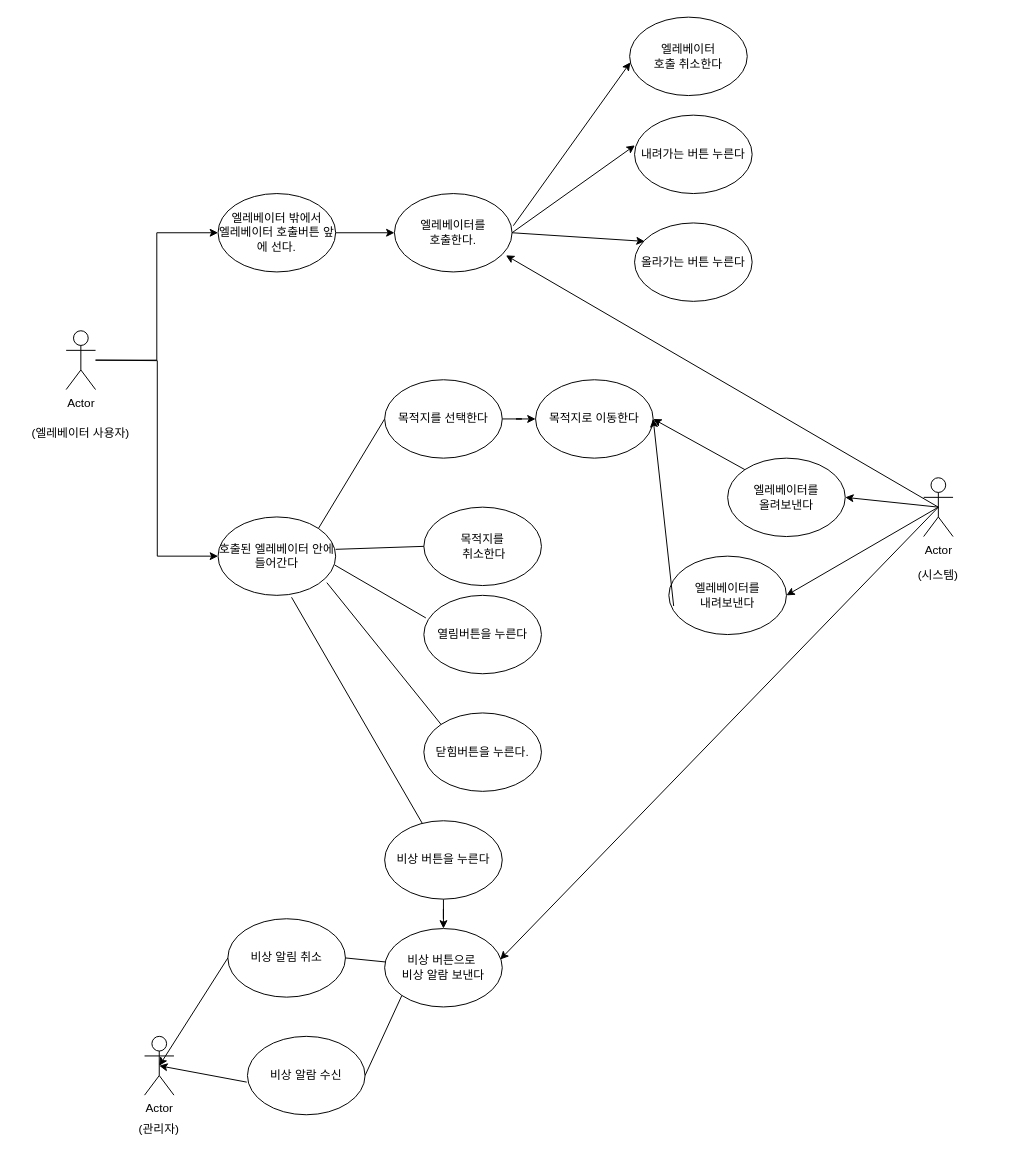
This is 엘레베이터 요구사항(수정).drawio from doit0/usecase-diagram, a draw.io file, before an edit. Source tidied: cells renumbered, new cells numbered last; positions are measured from the earlier drawing's top-left corner, leaving out a move shared by most shapes. Both pictures are drawn from the tidied source at 98%, with x=0, y=0 at pixel (17, 17).
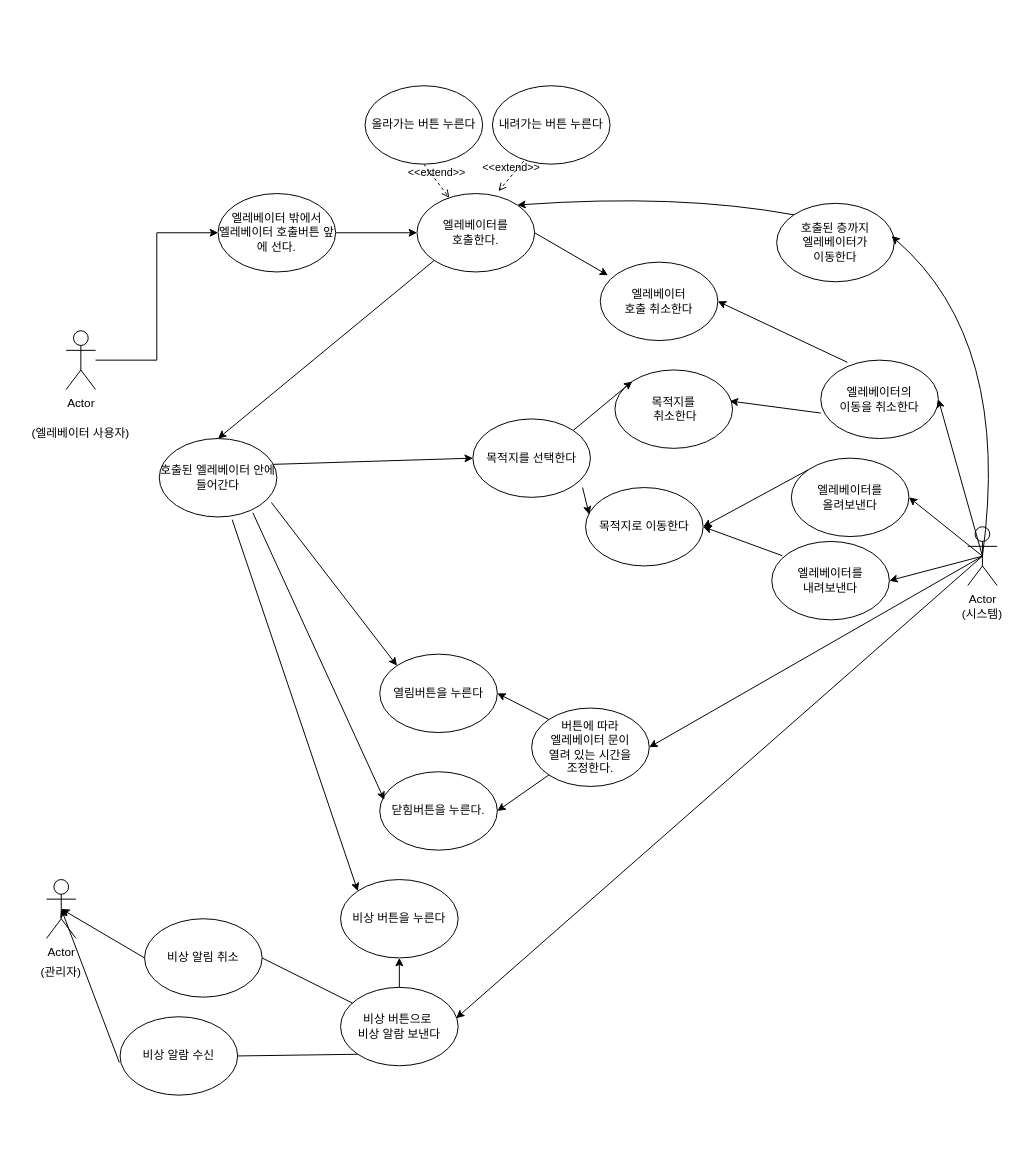
The same diagram, later.

Commit message:
엘레베이터 요구사항(수정).drawio 업데이트

Change to the diagram source:
```diff
@@
     <mxCell id="4" value="Actor" style="shape=umlActor;verticalLabelPosition=bottom;verticalAlign=top;html=1;outlineConnect=0;" parent="1" vertex="1">
-      <mxGeometry x="130" y="1040" width="30" height="60" as="geometry" />
+      <mxGeometry x="30" y="880" width="30" height="60" as="geometry" />
     </mxCell>
@@
-    <mxCell id="7" style="edgeStyle=orthogonalEdgeStyle;rounded=0;jettySize=auto;html=1;entryX=0;entryY=0.5;entryDx=0;entryDy=0;" parent="1" edge="1" target="8">
-      <mxGeometry relative="1" as="geometry">
-        <mxPoint x="80" y="350" as="sourcePoint" />
-      </mxGeometry>
-    </mxCell>
     <mxCell id="8" value="호출된 엘레베이터 안에 들어간다" style="ellipse;whiteSpace=wrap;html=1;" parent="1" vertex="1">
-      <mxGeometry x="205" y="510" width="120" height="80" as="geometry" />
+      <mxGeometry x="145" y="430" width="120" height="80" as="geometry" />
     </mxCell>
     <mxCell id="9" value="내려가는 버튼 누른다" style="ellipse;whiteSpace=wrap;html=1;" parent="1" vertex="1">
-      <mxGeometry x="630" y="100" width="120" height="80" as="geometry" />
+      <mxGeometry x="485" y="70" width="120" height="80" as="geometry" />
     </mxCell>
     <mxCell id="10" value="올라가는 버튼 누른다" style="ellipse;whiteSpace=wrap;html=1;" parent="1" vertex="1">
-      <mxGeometry x="630" y="210" width="120" height="80" as="geometry" />
+      <mxGeometry x="355" y="70" width="120" height="80" as="geometry" />
     </mxCell>
     <mxCell id="11" value="목적지로 이동한다" style="ellipse;whiteSpace=wrap;html=1;" parent="1" vertex="1">
-      <mxGeometry x="529" y="370" width="120" height="80" as="geometry" />
+      <mxGeometry x="580" y="480" width="120" height="80" as="geometry" />
     </mxCell>
     <mxCell id="12" value="목적지를&lt;br&gt;&amp;nbsp;취소한다" style="ellipse;whiteSpace=wrap;html=1;" parent="1" vertex="1">
-      <mxGeometry x="415" y="500" width="120" height="80" as="geometry" />
+      <mxGeometry x="610" y="360" width="120" height="80" as="geometry" />
     </mxCell>
     <mxCell id="13" value="열림버튼을 누른다" style="ellipse;whiteSpace=wrap;html=1;" parent="1" vertex="1">
-      <mxGeometry x="415" y="590" width="120" height="80" as="geometry" />
+      <mxGeometry x="370" y="650" width="120" height="80" as="geometry" />
     </mxCell>
     <mxCell id="14" value="닫힘버튼을 누른다." style="ellipse;whiteSpace=wrap;html=1;" parent="1" vertex="1">
-      <mxGeometry x="415" y="710" width="120" height="80" as="geometry" />
+      <mxGeometry x="370" y="770" width="120" height="80" as="geometry" />
     </mxCell>
     <mxCell id="15" value="비상 버튼으로&amp;nbsp;&lt;br&gt;비상 알람 보낸다" style="ellipse;whiteSpace=wrap;html=1;" parent="1" vertex="1">
-      <mxGeometry x="375" y="930" width="120" height="80" as="geometry" />
+      <mxGeometry x="330" y="990" width="120" height="80" as="geometry" />
     </mxCell>
     <mxCell id="16" value="비상 알림 취소" style="ellipse;whiteSpace=wrap;html=1;" parent="1" vertex="1">
-      <mxGeometry x="215" y="920" width="120" height="80" as="geometry" />
+      <mxGeometry x="130" y="920" width="120" height="80" as="geometry" />
     </mxCell>
@@
     <mxCell id="19" value="(관리자)" style="text;html=1;strokeColor=none;fillColor=none;align=center;verticalAlign=middle;whiteSpace=wrap;rounded=0;" parent="1" vertex="1">
-      <mxGeometry x="115" y="1120" width="60" height="30" as="geometry" />
+      <mxGeometry x="15" y="960" width="60" height="30" as="geometry" />
     </mxCell>
     <mxCell id="20" value="비상 알람 수신" style="ellipse;whiteSpace=wrap;html=1;" parent="1" vertex="1">
-      <mxGeometry x="235" y="1040" width="120" height="80" as="geometry" />
+      <mxGeometry x="105" y="1020" width="120" height="80" as="geometry" />
     </mxCell>
@@
-    <mxCell id="23" style="endArrow=none;html=1;rounded=0;entryX=0.625;entryY=1.025;entryDx=0;entryDy=0;entryPerimeter=0;" parent="1" edge="1" source="46" target="8">
-      <mxGeometry relative="1" as="geometry" />
-    </mxCell>
-    <mxCell id="24" style="endArrow=none;html=1;rounded=0;exitX=0;exitY=0.5;exitDx=0;exitDy=0;entryX=1;entryY=0.413;entryDx=0;entryDy=0;entryPerimeter=0;" parent="1" edge="1" source="12" target="8">
-      <mxGeometry relative="1" as="geometry" />
-    </mxCell>
-    <mxCell id="25" style="endArrow=none;html=1;rounded=0;exitX=0.017;exitY=0.288;exitDx=0;exitDy=0;entryX=0.992;entryY=0.613;entryDx=0;entryDy=0;entryPerimeter=0;exitPerimeter=0;" parent="1" edge="1" source="13" target="8">
-      <mxGeometry relative="1" as="geometry" />
-    </mxCell>
-    <mxCell id="26" style="endArrow=none;html=1;rounded=0;entryX=0.925;entryY=0.838;entryDx=0;entryDy=0;entryPerimeter=0;exitX=0;exitY=0;exitDx=0;exitDy=0;" parent="1" edge="1" source="14" target="8">
-      <mxGeometry relative="1" as="geometry" />
-    </mxCell>
@@
     <mxCell id="28" value="엘레베이터&lt;br&gt;호출 취소한다" style="ellipse;whiteSpace=wrap;html=1;" parent="1" vertex="1">
-      <mxGeometry x="625" width="120" height="80" as="geometry" />
+      <mxGeometry x="595" y="250" width="120" height="80" as="geometry" />
     </mxCell>
     <mxCell id="29" value="Actor" style="shape=umlActor;verticalLabelPosition=bottom;verticalAlign=top;html=1;outlineConnect=0;" parent="1" vertex="1">
-      <mxGeometry x="925" y="470" width="30" height="60" as="geometry" />
+      <mxGeometry x="970" y="520" width="30" height="60" as="geometry" />
     </mxCell>
     <mxCell id="30" value="(시스템)" style="text;html=1;strokeColor=none;fillColor=none;align=center;verticalAlign=middle;whiteSpace=wrap;rounded=0;" parent="1" vertex="1">
-      <mxGeometry x="910" y="555" width="60" height="30" as="geometry" />
+      <mxGeometry x="955" y="595" width="60" height="30" as="geometry" />
     </mxCell>
     <mxCell id="31" value="엘레베이터를 &lt;br&gt;호출한다." style="ellipse;whiteSpace=wrap;html=1;" parent="1" vertex="1">
-      <mxGeometry x="385" y="180" width="120" height="80" as="geometry" />
+      <mxGeometry x="408" y="180" width="120" height="80" as="geometry" />
     </mxCell>
-    <mxCell id="32" style="endArrow=classic;html=1;rounded=0;exitX=1.011;exitY=0.41;exitDx=0;exitDy=0;exitPerimeter=0;entryX=0.006;entryY=0.577;entryDx=0;entryDy=0;entryPerimeter=0;" parent="1" edge="1" source="31" target="28">
-      <mxGeometry relative="1" as="geometry" />
-    </mxCell>
-    <mxCell id="33" style="endArrow=classic;html=1;rounded=0;exitX=1;exitY=0.5;exitDx=0;exitDy=0;entryX=0.003;entryY=0.385;entryDx=0;entryDy=0;entryPerimeter=0;" parent="1" edge="1" source="31" target="9">
-      <mxGeometry relative="1" as="geometry" />
-    </mxCell>
-    <mxCell id="34" style="endArrow=classic;html=1;rounded=0;exitX=1;exitY=0.5;exitDx=0;exitDy=0;entryX=0.086;entryY=0.235;entryDx=0;entryDy=0;entryPerimeter=0;" parent="1" edge="1" source="31" target="10">
-      <mxGeometry relative="1" as="geometry" />
-    </mxCell>
@@
     <mxCell id="36" value="엘레베이터를&lt;br&gt;올려보낸다" style="ellipse;whiteSpace=wrap;html=1;" parent="1" vertex="1">
-      <mxGeometry x="725" y="450" width="120" height="80" as="geometry" />
+      <mxGeometry x="790" y="450" width="120" height="80" as="geometry" />
     </mxCell>
     <mxCell id="37" value="엘레베이터를&lt;br&gt;내려보낸다" style="ellipse;whiteSpace=wrap;html=1;" parent="1" vertex="1">
-      <mxGeometry x="665" y="550" width="120" height="80" as="geometry" />
+      <mxGeometry x="770" y="535" width="120" height="80" as="geometry" />
     </mxCell>
@@
-    <mxCell id="40" style="endArrow=classic;html=1;rounded=0;exitX=0.041;exitY=0.636;exitDx=0;exitDy=0;entryX=1;entryY=0.5;entryDx=0;entryDy=0;exitPerimeter=0;" parent="1" edge="1" source="37" target="11">
+    <mxCell id="40" style="endArrow=classic;html=1;rounded=0;exitX=0.09;exitY=0.182;exitDx=0;exitDy=0;entryX=1;entryY=0.5;entryDx=0;entryDy=0;exitPerimeter=0;" parent="1" edge="1" source="37" target="11">
       <mxGeometry relative="1" as="geometry" />
     </mxCell>
-    <mxCell id="41" style="endArrow=classic;html=1;rounded=0;exitX=0.5;exitY=0.5;exitDx=0;exitDy=0;exitPerimeter=0;entryX=0.948;entryY=0.788;entryDx=0;entryDy=0;entryPerimeter=0;" parent="1" edge="1" source="29" target="31">
-      <mxGeometry relative="1" as="geometry" />
-    </mxCell>
-    <mxCell id="42" style="endArrow=none;html=1;rounded=0;entryX=1;entryY=0;entryDx=0;entryDy=0;exitX=0;exitY=0.5;exitDx=0;exitDy=0;" parent="1" edge="1" source="44" target="8">
-      <mxGeometry relative="1" as="geometry" />
-    </mxCell>
-    <mxCell id="43" style="edgeStyle=orthogonalEdgeStyle;rounded=0;jettySize=auto;html=1;" parent="1" edge="1" source="44" target="11">
-      <mxGeometry relative="1" as="geometry" />
-    </mxCell>
     <mxCell id="44" value="목적지를 선택한다" style="ellipse;whiteSpace=wrap;html=1;" parent="1" vertex="1">
-      <mxGeometry x="375" y="370" width="120" height="80" as="geometry" />
+      <mxGeometry x="465" y="410" width="120" height="80" as="geometry" />
     </mxCell>
-    <mxCell id="45" style="edgeStyle=orthogonalEdgeStyle;rounded=0;jettySize=auto;html=1;" parent="1" edge="1" source="46" target="15">
-      <mxGeometry relative="1" as="geometry" />
-    </mxCell>
     <mxCell id="46" value="비상 버튼을 누른다" style="ellipse;whiteSpace=wrap;html=1;" parent="1" vertex="1">
-      <mxGeometry x="375" y="820" width="120" height="80" as="geometry" />
+      <mxGeometry x="330" y="880" width="120" height="80" as="geometry" />
     </mxCell>
@@
+    <mxCell id="48" value="엘레베이터의 &lt;br&gt;이동을 취소한다" style="ellipse;whiteSpace=wrap;html=1;" parent="1" vertex="1">
+      <mxGeometry x="820" y="350" width="120" height="80" as="geometry" />
+    </mxCell>
+    <mxCell id="49" style="endArrow=classic;html=1;rounded=0;entryX=1;entryY=0.5;entryDx=0;entryDy=0;exitX=0.5;exitY=0.5;exitDx=0;exitDy=0;exitPerimeter=0;" parent="1" edge="1" source="29" target="48">
+      <mxGeometry relative="1" as="geometry" />
+    </mxCell>
+    <mxCell id="50" style="endArrow=classic;html=1;rounded=0;exitX=0.001;exitY=0.675;exitDx=0;exitDy=0;entryX=0.977;entryY=0.396;entryDx=0;entryDy=0;exitPerimeter=0;entryPerimeter=0;" parent="1" edge="1" source="48" target="12">
+      <mxGeometry relative="1" as="geometry" />
+    </mxCell>
+    <mxCell id="51" style="endArrow=classic;html=1;rounded=0;exitX=1;exitY=0;exitDx=0;exitDy=0;entryX=0;entryY=0;entryDx=0;entryDy=0;" parent="1" edge="1" source="44" target="12">
+      <mxGeometry relative="1" as="geometry" />
+    </mxCell>
+    <mxCell id="43" style="endArrow=classic;html=1;rounded=0;exitX=0.933;exitY=0.875;exitDx=0;exitDy=0;entryX=0.031;entryY=0.344;entryDx=0;entryDy=0;entryPerimeter=0;exitPerimeter=0;" parent="1" edge="1" source="44" target="11">
+      <mxGeometry relative="1" as="geometry" />
+    </mxCell>
+    <mxCell id="52" style="endArrow=classic;html=1;rounded=0;exitX=0.227;exitY=0.028;exitDx=0;exitDy=0;entryX=1;entryY=0.5;entryDx=0;entryDy=0;exitPerimeter=0;" parent="1" edge="1" source="48" target="28">
+      <mxGeometry relative="1" as="geometry" />
+    </mxCell>
+    <mxCell id="53" value="호출된 층까지&lt;br&gt;엘레베이터가&lt;br&gt;이동한다" style="ellipse;whiteSpace=wrap;html=1;" parent="1" vertex="1">
+      <mxGeometry x="775" y="190" width="120" height="80" as="geometry" />
+    </mxCell>
+    <mxCell id="54" value="버튼에 따라&lt;br&gt;엘레베이터 문이 &lt;br&gt;열려 있는 시간을 &lt;br&gt;조정한다." style="ellipse;whiteSpace=wrap;html=1;" parent="1" vertex="1">
+      <mxGeometry x="525" y="705" width="120" height="80" as="geometry" />
+    </mxCell>
+    <mxCell id="55" style="endArrow=classic;html=1;rounded=0;exitX=0.5;exitY=0.5;exitDx=0;exitDy=0;exitPerimeter=0;entryX=1;entryY=0.5;entryDx=0;entryDy=0;" parent="1" edge="1" source="29" target="54">
+      <mxGeometry relative="1" as="geometry" />
+    </mxCell>
+    <mxCell id="56" style="endArrow=classic;html=1;rounded=0;exitX=0;exitY=1;exitDx=0;exitDy=0;entryX=1;entryY=0.5;entryDx=0;entryDy=0;" parent="1" edge="1" source="54" target="14">
+      <mxGeometry relative="1" as="geometry" />
+    </mxCell>
+    <mxCell id="57" style="endArrow=classic;html=1;rounded=0;exitX=0;exitY=0;exitDx=0;exitDy=0;entryX=1;entryY=0.5;entryDx=0;entryDy=0;" parent="1" edge="1" source="54" target="13">
+      <mxGeometry relative="1" as="geometry" />
+    </mxCell>
+    <mxCell id="58" style="endArrow=classic;html=1;rounded=0;exitX=0.5;exitY=0;exitDx=0;exitDy=0;entryX=0.5;entryY=1;entryDx=0;entryDy=0;" parent="1" edge="1" source="15" target="46">
+      <mxGeometry relative="1" as="geometry" />
+    </mxCell>
+    <mxCell id="59" value="&amp;lt;&amp;lt;extend&amp;gt;&amp;gt;" style="html=1;verticalAlign=bottom;labelBackgroundColor=none;endArrow=open;endFill=0;dashed=1;rounded=0;exitX=0.5;exitY=1;exitDx=0;exitDy=0;" parent="1" edge="1" source="10" target="31">
+      <mxGeometry relative="1" as="geometry" />
+    </mxCell>
+    <mxCell id="60" value="&amp;lt;&amp;lt;extend&amp;gt;&amp;gt;" style="html=1;verticalAlign=bottom;labelBackgroundColor=none;endArrow=open;endFill=0;dashed=1;rounded=0;exitX=0.266;exitY=0.962;exitDx=0;exitDy=0;exitPerimeter=0;entryX=0.693;entryY=-0.031;entryDx=0;entryDy=0;entryPerimeter=0;" parent="1" edge="1" source="9" target="31">
+      <mxGeometry relative="1" as="geometry" />
+    </mxCell>
+    <mxCell id="61" style="endArrow=classic;html=1;rounded=0;exitX=0;exitY=1;exitDx=0;exitDy=0;entryX=0.5;entryY=0;entryDx=0;entryDy=0;" parent="1" edge="1" source="31" target="8">
+      <mxGeometry relative="1" as="geometry" />
+    </mxCell>
+    <mxCell id="62" style="endArrow=classic;html=1;rounded=0;exitX=0.973;exitY=0.329;exitDx=0;exitDy=0;entryX=0;entryY=0.5;entryDx=0;entryDy=0;exitPerimeter=0;" parent="1" edge="1" source="8" target="44">
+      <mxGeometry relative="1" as="geometry" />
+    </mxCell>
+    <mxCell id="63" style="endArrow=classic;html=1;rounded=0;exitX=0.953;exitY=0.815;exitDx=0;exitDy=0;entryX=0;entryY=0;entryDx=0;entryDy=0;exitPerimeter=0;" parent="1" edge="1" source="8" target="13">
+      <mxGeometry relative="1" as="geometry" />
+    </mxCell>
+    <mxCell id="64" style="endArrow=classic;html=1;rounded=0;exitX=0.796;exitY=0.947;exitDx=0;exitDy=0;entryX=0.039;entryY=0.359;entryDx=0;entryDy=0;exitPerimeter=0;entryPerimeter=0;" parent="1" edge="1" source="8" target="14">
+      <mxGeometry relative="1" as="geometry" />
+    </mxCell>
+    <mxCell id="65" style="endArrow=classic;html=1;rounded=0;exitX=0.62;exitY=1.035;exitDx=0;exitDy=0;entryX=0;entryY=0;entryDx=0;entryDy=0;exitPerimeter=0;" parent="1" edge="1" source="8" target="46">
+      <mxGeometry relative="1" as="geometry" />
+    </mxCell>
+    <mxCell id="32" style="endArrow=classic;html=1;rounded=0;exitX=1;exitY=0.5;exitDx=0;exitDy=0;entryX=0.066;entryY=0.168;entryDx=0;entryDy=0;entryPerimeter=0;" parent="1" edge="1" source="31" target="28">
+      <mxGeometry relative="1" as="geometry" />
+    </mxCell>
+    <mxCell id="66" style="curved=1;endArrow=classic;html=1;rounded=0;exitX=0.5;exitY=0.5;exitDx=0;exitDy=0;exitPerimeter=0;entryX=0.977;entryY=0.418;entryDx=0;entryDy=0;entryPerimeter=0;" parent="1" edge="1" source="29" target="53">
+      <mxGeometry relative="1" as="geometry">
+        <Array as="points">
+          <mxPoint x="1015" y="330" />
+        </Array>
+      </mxGeometry>
+    </mxCell>
+    <mxCell id="67" style="curved=1;endArrow=classic;html=1;rounded=0;exitX=0;exitY=0;exitDx=0;exitDy=0;entryX=1;entryY=0;entryDx=0;entryDy=0;" parent="1" edge="1" source="53" target="31">
+      <mxGeometry relative="1" as="geometry">
+        <Array as="points">
+          <mxPoint x="675" y="180" />
+        </Array>
+      </mxGeometry>
+    </mxCell>
```
